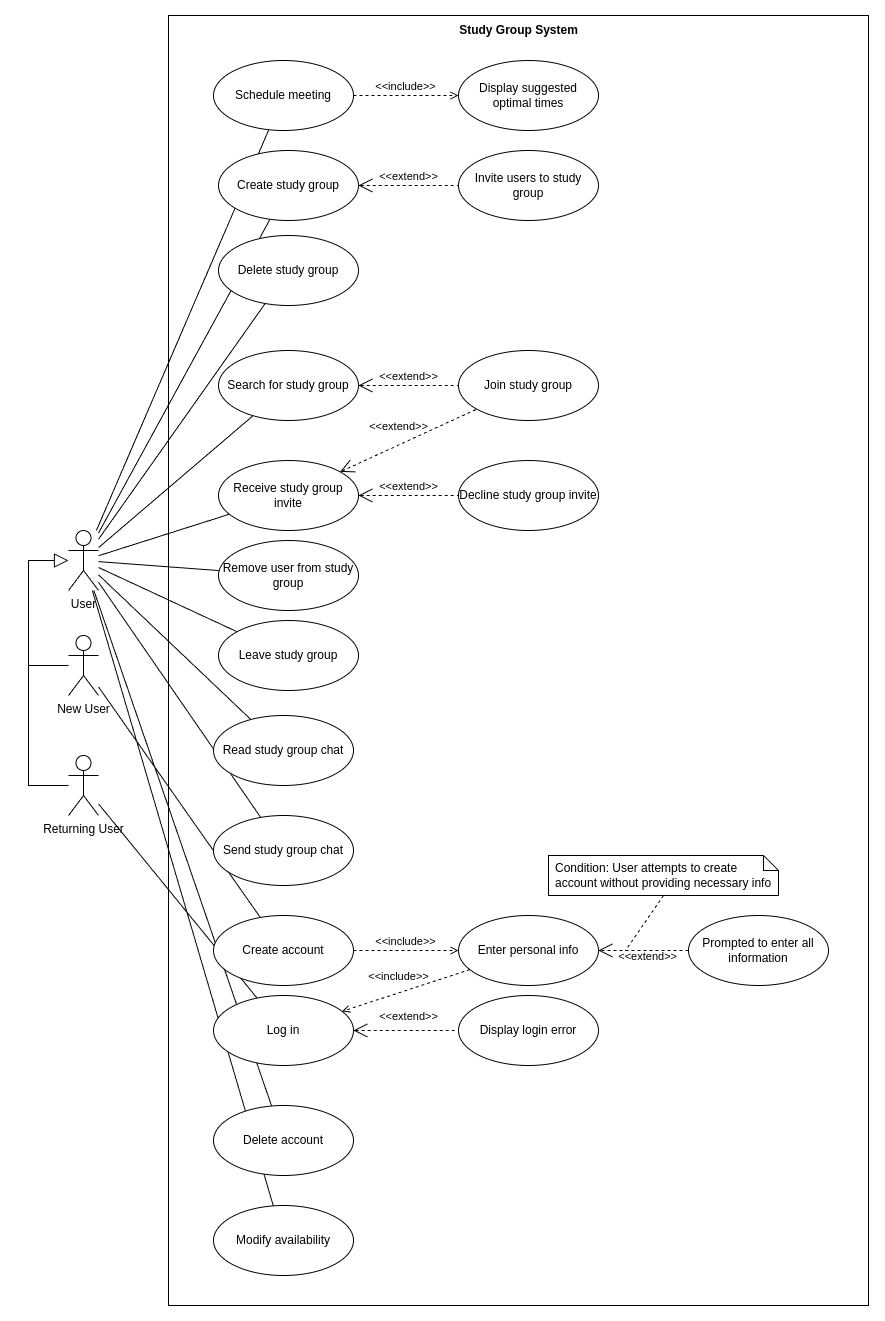
The draw.io diagram Deliverables/res/deliverable_2-use_case_diagram.png in jadynlaila/Study_Group_Platform, before a commit. Source tidied: cells renumbered, new cells last; positions are measured from the earlier drawing's top-left corner, leaving out a move shared by most shapes. Source of this version:
```xml
<mxGraphModel>
  <root>
    <mxCell id="0" />
    <mxCell id="1" parent="0" />
    <mxCell id="2" style="group;" parent="1" vertex="1">
      <mxGeometry x="140" width="700" height="1290" as="geometry" />
    </mxCell>
    <mxCell id="3" style="rounded=0;whiteSpace=wrap;html=1;" parent="2" vertex="1">
      <mxGeometry width="700" height="1290" as="geometry" />
    </mxCell>
    <mxCell id="4" value="Study Group System" style="text;html=1;align=center;verticalAlign=middle;strokeColor=none;fillColor=none;fontStyle=1;" parent="2" vertex="1">
      <mxGeometry x="285" width="130" height="30" as="geometry" />
    </mxCell>
    <mxCell id="5" value="User" style="shape=umlActor;html=1;verticalLabelPosition=bottom;verticalAlign=top;align=center;" parent="1" vertex="1">
      <mxGeometry x="40" y="515" width="30" height="60" as="geometry" />
    </mxCell>
    <mxCell id="6" value="New User" style="shape=umlActor;html=1;verticalLabelPosition=bottom;verticalAlign=top;align=center;" parent="1" vertex="1">
      <mxGeometry x="40" y="620" width="30" height="60" as="geometry" />
    </mxCell>
    <mxCell id="7" value="Returning User" style="shape=umlActor;html=1;verticalLabelPosition=bottom;verticalAlign=top;align=center;" parent="1" vertex="1">
      <mxGeometry x="40" y="740" width="30" height="60" as="geometry" />
    </mxCell>
    <mxCell id="8" style="edgeStyle=none;html=1;endArrow=block;endFill=0;endSize=12;verticalAlign=bottom;rounded=0;" parent="1" edge="1" source="6" target="5">
      <mxGeometry relative="1" as="geometry">
        <Array as="points">
          <mxPoint y="650" />
          <mxPoint y="545" />
        </Array>
      </mxGeometry>
    </mxCell>
    <mxCell id="9" style="edgeStyle=none;html=1;endArrow=none;verticalAlign=bottom;rounded=0;" parent="1" edge="1" source="7" target="24">
      <mxGeometry relative="1" as="geometry" />
    </mxCell>
    <mxCell id="10" style="edgeStyle=none;html=1;endArrow=none;verticalAlign=bottom;rounded=0;" parent="1" edge="1" source="6" target="25">
      <mxGeometry relative="1" as="geometry" />
    </mxCell>
    <mxCell id="11" value="Send study group chat" style="ellipse;whiteSpace=wrap;html=1;" parent="1" vertex="1">
      <mxGeometry x="185" y="800" width="140" height="70" as="geometry" />
    </mxCell>
    <mxCell id="12" style="edgeStyle=none;html=1;endArrow=none;verticalAlign=bottom;rounded=0;" parent="1" edge="1" source="5" target="57">
      <mxGeometry relative="1" as="geometry" />
    </mxCell>
    <mxCell id="13" style="edgeStyle=none;html=1;endArrow=none;verticalAlign=bottom;rounded=0;" parent="1" edge="1" source="5" target="11">
      <mxGeometry relative="1" as="geometry" />
    </mxCell>
    <mxCell id="14" style="edgeStyle=none;html=1;endArrow=none;verticalAlign=bottom;rounded=0;" parent="1" edge="1" source="5" target="56">
      <mxGeometry relative="1" as="geometry" />
    </mxCell>
    <mxCell id="15" value="Remove user from study group" style="ellipse;whiteSpace=wrap;html=1;" parent="1" vertex="1">
      <mxGeometry x="190" y="525" width="140" height="70" as="geometry" />
    </mxCell>
    <mxCell id="16" style="edgeStyle=none;html=1;endArrow=none;verticalAlign=bottom;rounded=0;" parent="1" edge="1" source="5" target="15">
      <mxGeometry relative="1" as="geometry" />
    </mxCell>
    <mxCell id="17" style="edgeStyle=none;html=1;endArrow=none;verticalAlign=bottom;rounded=0;" parent="1" edge="1" source="5" target="36">
      <mxGeometry relative="1" as="geometry" />
    </mxCell>
    <mxCell id="18" value="Modify availability" style="ellipse;whiteSpace=wrap;html=1;" parent="1" vertex="1">
      <mxGeometry x="185" y="1190" width="140" height="70" as="geometry" />
    </mxCell>
    <mxCell id="19" style="edgeStyle=none;html=1;endArrow=none;verticalAlign=bottom;rounded=0;" parent="1" edge="1" source="5" target="18">
      <mxGeometry relative="1" as="geometry" />
    </mxCell>
    <mxCell id="20" style="edgeStyle=none;html=1;endArrow=none;verticalAlign=bottom;rounded=0;" parent="1" edge="1" source="5" target="42">
      <mxGeometry relative="1" as="geometry" />
    </mxCell>
    <mxCell id="21" value="Delete account" style="ellipse;whiteSpace=wrap;html=1;" parent="1" vertex="1">
      <mxGeometry x="185" y="1090" width="140" height="70" as="geometry" />
    </mxCell>
    <mxCell id="22" style="edgeStyle=none;html=1;endArrow=none;verticalAlign=bottom;rounded=0;" parent="1" edge="1" source="5" target="21">
      <mxGeometry relative="1" as="geometry" />
    </mxCell>
    <mxCell id="23" style="group;" parent="1" vertex="1">
      <mxGeometry x="185" y="840" width="545" height="210" as="geometry" />
    </mxCell>
    <mxCell id="24" value="Log in" style="ellipse;whiteSpace=wrap;html=1;" parent="23" vertex="1">
      <mxGeometry y="140" width="140" height="70" as="geometry" />
    </mxCell>
    <mxCell id="25" value="Create account" style="ellipse;whiteSpace=wrap;html=1;" parent="23" vertex="1">
      <mxGeometry y="60" width="140" height="70" as="geometry" />
    </mxCell>
    <mxCell id="26" value="Enter personal info" style="ellipse;whiteSpace=wrap;html=1;" parent="23" vertex="1">
      <mxGeometry x="245" y="60" width="140" height="70" as="geometry" />
    </mxCell>
    <mxCell id="27" value="&amp;lt;&amp;lt;include&amp;gt;&amp;gt;" style="edgeStyle=none;html=1;endArrow=open;verticalAlign=bottom;dashed=1;labelBackgroundColor=none;rounded=0;" parent="23" edge="1" source="25" target="26">
      <mxGeometry relative="1" as="geometry" />
    </mxCell>
    <mxCell id="28" value="Prompted to enter all information" style="ellipse;whiteSpace=wrap;html=1;" parent="23" vertex="1">
      <mxGeometry x="475" y="60" width="140" height="70" as="geometry" />
    </mxCell>
    <mxCell id="29" value="&amp;lt;&amp;lt;include&amp;gt;&amp;gt;" style="edgeStyle=none;html=1;endArrow=open;verticalAlign=bottom;dashed=1;labelBackgroundColor=none;rounded=0;" parent="23" edge="1" source="26" target="24">
      <mxGeometry x="0.09" y="-7" relative="1" as="geometry" />
    </mxCell>
    <mxCell id="30" value="Display login error" style="ellipse;whiteSpace=wrap;html=1;" parent="23" vertex="1">
      <mxGeometry x="245" y="140" width="140" height="70" as="geometry" />
    </mxCell>
    <mxCell id="31" value="&amp;lt;&amp;lt;extend&amp;gt;&amp;gt;" style="edgeStyle=none;html=1;startArrow=open;endArrow=none;startSize=12;verticalAlign=bottom;dashed=1;labelBackgroundColor=none;rounded=0;" parent="23" edge="1" source="24" target="30">
      <mxGeometry x="0.05" y="5" relative="1" as="geometry" />
    </mxCell>
    <mxCell id="32" value="Condition: User attempts to create account without providing necessary info" style="shape=note;size=15;spacingLeft=5;align=left;whiteSpace=wrap;" parent="23" vertex="1">
      <mxGeometry x="335" width="230" height="40" as="geometry" />
    </mxCell>
    <mxCell id="33" value="&amp;lt;&amp;lt;extend&amp;gt;&amp;gt;" style="align=right;html=1;verticalAlign=bottom;rounded=0;labelBackgroundColor=none;endArrow=open;endSize=12;dashed=1;" parent="23" edge="1" source="28" target="26">
      <mxGeometry x="-0.78" y="15" relative="1" as="geometry" />
    </mxCell>
    <mxCell id="34" style="edgeStyle=none;html=1;endArrow=none;rounded=0;labelBackgroundColor=none;dashed=1;exitX=0.5;exitY=1;" parent="23" edge="1" source="32">
      <mxGeometry relative="1" as="geometry">
        <mxPoint x="412" y="95" as="targetPoint" />
      </mxGeometry>
    </mxCell>
    <mxCell id="35" style="group;" parent="1" vertex="1">
      <mxGeometry x="185" y="45" width="360" height="70" as="geometry" />
    </mxCell>
    <mxCell id="36" value="Schedule meeting" style="ellipse;whiteSpace=wrap;html=1;" parent="35" vertex="1">
      <mxGeometry width="140" height="70" as="geometry" />
    </mxCell>
    <mxCell id="37" value="Display suggested optimal times" style="ellipse;whiteSpace=wrap;html=1;" parent="35" vertex="1">
      <mxGeometry x="245" width="140" height="70" as="geometry" />
    </mxCell>
    <mxCell id="38" value="&amp;lt;&amp;lt;include&amp;gt;&amp;gt;" style="edgeStyle=none;html=1;endArrow=open;verticalAlign=bottom;dashed=1;labelBackgroundColor=none;rounded=0;" parent="35" edge="1" source="36" target="37">
      <mxGeometry relative="1" as="geometry" />
    </mxCell>
    <mxCell id="39" style="edgeStyle=none;html=1;endArrow=none;verticalAlign=bottom;rounded=0;" parent="1" edge="1" source="5" target="46">
      <mxGeometry relative="1" as="geometry" />
    </mxCell>
    <mxCell id="40" style="edgeStyle=none;html=1;endArrow=none;verticalAlign=bottom;rounded=0;" parent="1" edge="1" source="5" target="49">
      <mxGeometry relative="1" as="geometry" />
    </mxCell>
    <mxCell id="41" style="group;" parent="1" vertex="1">
      <mxGeometry x="190" y="135" width="350" height="70" as="geometry" />
    </mxCell>
    <mxCell id="42" value="Create study group" style="ellipse;whiteSpace=wrap;html=1;" parent="41" vertex="1">
      <mxGeometry width="140" height="70" as="geometry" />
    </mxCell>
    <mxCell id="43" value="Invite users to study group" style="ellipse;whiteSpace=wrap;html=1;" parent="41" vertex="1">
      <mxGeometry x="240" width="140" height="70" as="geometry" />
    </mxCell>
    <mxCell id="44" value="&amp;lt;&amp;lt;extend&amp;gt;&amp;gt;" style="edgeStyle=none;html=1;startArrow=open;endArrow=none;startSize=12;verticalAlign=bottom;dashed=1;labelBackgroundColor=none;rounded=0;" parent="41" edge="1" source="42" target="43">
      <mxGeometry relative="1" as="geometry" />
    </mxCell>
    <mxCell id="45" style="group;" parent="1" vertex="1">
      <mxGeometry x="190" y="335" width="350" height="180" as="geometry" />
    </mxCell>
    <mxCell id="46" value="Search for study group" style="ellipse;whiteSpace=wrap;html=1;" parent="45" vertex="1">
      <mxGeometry width="140" height="70" as="geometry" />
    </mxCell>
    <mxCell id="47" value="Join study group" style="ellipse;whiteSpace=wrap;html=1;" parent="45" vertex="1">
      <mxGeometry x="240" width="140" height="70" as="geometry" />
    </mxCell>
    <mxCell id="48" value="&amp;lt;&amp;lt;extend&amp;gt;&amp;gt;" style="edgeStyle=none;html=1;startArrow=open;endArrow=none;startSize=12;verticalAlign=bottom;dashed=1;labelBackgroundColor=none;rounded=0;" parent="45" edge="1" source="46" target="47">
      <mxGeometry relative="1" as="geometry" />
    </mxCell>
    <mxCell id="49" value="Receive study group invite" style="ellipse;whiteSpace=wrap;html=1;" parent="45" vertex="1">
      <mxGeometry y="110" width="140" height="70" as="geometry" />
    </mxCell>
    <mxCell id="50" value="Decline study group invite" style="ellipse;whiteSpace=wrap;html=1;" parent="45" vertex="1">
      <mxGeometry x="240" y="110" width="140" height="70" as="geometry" />
    </mxCell>
    <mxCell id="51" value="&amp;lt;&amp;lt;extend&amp;gt;&amp;gt;" style="edgeStyle=none;html=1;startArrow=open;endArrow=none;startSize=12;verticalAlign=bottom;dashed=1;labelBackgroundColor=none;rounded=0;" parent="45" edge="1" source="49" target="47">
      <mxGeometry x="-0.09" y="9" relative="1" as="geometry" />
    </mxCell>
    <mxCell id="52" value="&amp;lt;&amp;lt;extend&amp;gt;&amp;gt;" style="edgeStyle=none;html=1;startArrow=open;endArrow=none;startSize=12;verticalAlign=bottom;dashed=1;labelBackgroundColor=none;rounded=0;" parent="45" edge="1" source="49" target="50">
      <mxGeometry relative="1" as="geometry" />
    </mxCell>
    <mxCell id="53" value="Leave study group" style="ellipse;whiteSpace=wrap;html=1;" parent="1" vertex="1">
      <mxGeometry x="190" y="605" width="140" height="70" as="geometry" />
    </mxCell>
    <mxCell id="54" style="edgeStyle=none;html=1;endArrow=none;verticalAlign=bottom;rounded=0;" parent="1" edge="1" source="5" target="53">
      <mxGeometry relative="1" as="geometry" />
    </mxCell>
    <mxCell id="55" style="edgeStyle=none;html=1;endArrow=block;endFill=0;endSize=12;verticalAlign=bottom;rounded=0;" parent="1" edge="1" source="7" target="5">
      <mxGeometry relative="1" as="geometry">
        <Array as="points">
          <mxPoint y="770" />
          <mxPoint y="545" />
        </Array>
      </mxGeometry>
    </mxCell>
    <mxCell id="56" value="Delete study group" style="ellipse;whiteSpace=wrap;html=1;" parent="1" vertex="1">
      <mxGeometry x="190" y="220" width="140" height="70" as="geometry" />
    </mxCell>
    <mxCell id="57" value="Read study group chat" style="ellipse;whiteSpace=wrap;html=1;" parent="1" vertex="1">
      <mxGeometry x="185" y="700" width="140" height="70" as="geometry" />
    </mxCell>
  </root>
</mxGraphModel>
```
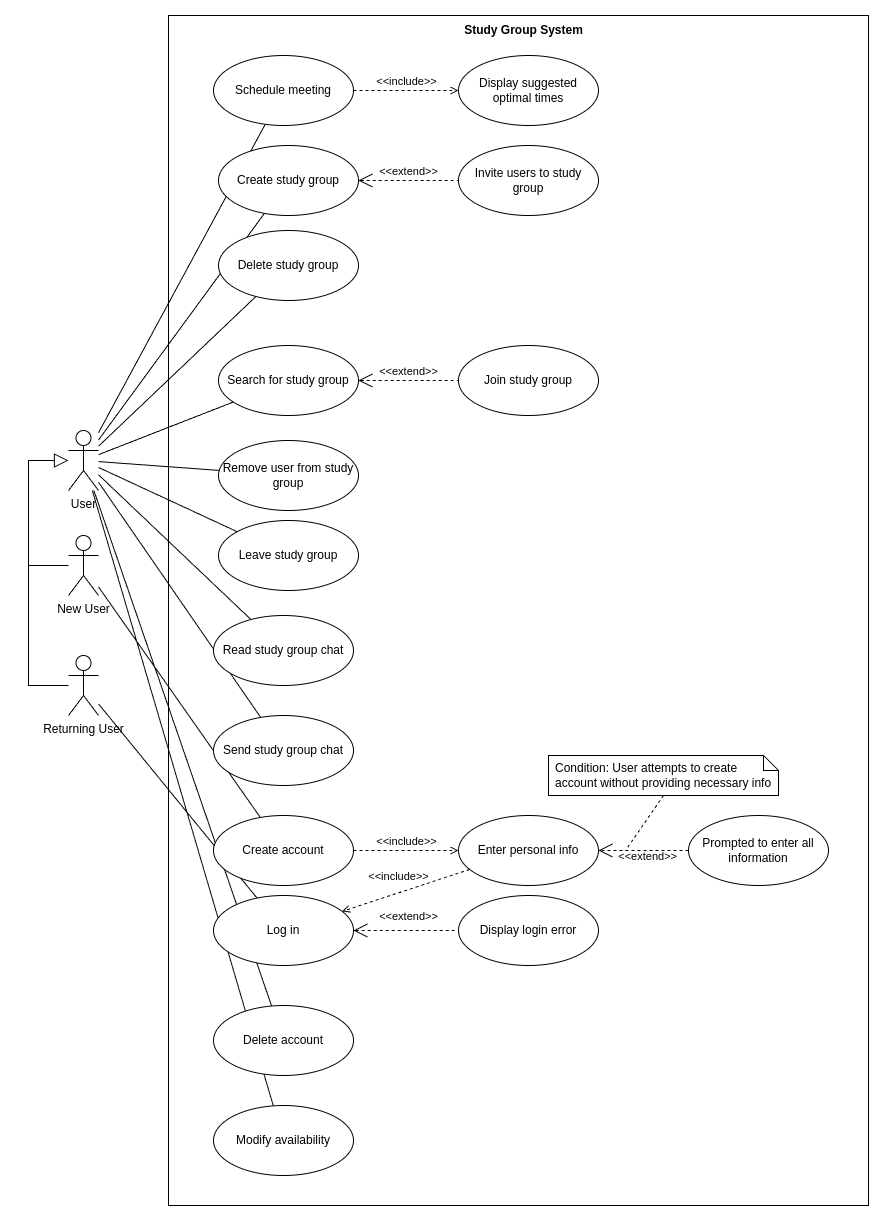
After the commit.

Commit message:
Added my contributions to deliverable 2

Change to the diagram source:
```diff
@@ -2,15 +2,9 @@
   <root>
     <mxCell id="0" />
     <mxCell id="1" parent="0" />
-    <mxCell id="2" style="group;" parent="1" vertex="1">
-      <mxGeometry x="140" width="700" height="1290" as="geometry" />
-    </mxCell>
-    <mxCell id="3" style="rounded=0;whiteSpace=wrap;html=1;" parent="2" vertex="1">
-      <mxGeometry width="700" height="1290" as="geometry" />
+    <mxCell id="3" style="rounded=0;whiteSpace=wrap;html=1;" parent="1" vertex="1">
+      <mxGeometry x="140" y="100" width="700" height="1190" as="geometry" />
     </mxCell>
-    <mxCell id="4" value="Study Group System" style="text;html=1;align=center;verticalAlign=middle;strokeColor=none;fillColor=none;fontStyle=1;" parent="2" vertex="1">
-      <mxGeometry x="285" width="130" height="30" as="geometry" />
-    </mxCell>
     <mxCell id="5" value="User" style="shape=umlActor;html=1;verticalLabelPosition=bottom;verticalAlign=top;align=center;" parent="1" vertex="1">
       <mxGeometry x="40" y="515" width="30" height="60" as="geometry" />
     </mxCell>
@@ -108,8 +102,31 @@
         <mxPoint x="412" y="95" as="targetPoint" />
       </mxGeometry>
     </mxCell>
+    <mxCell id="39" style="edgeStyle=none;html=1;endArrow=none;verticalAlign=bottom;rounded=0;" parent="1" edge="1" source="5" target="46">
+      <mxGeometry relative="1" as="geometry" />
+    </mxCell>
+    <mxCell id="53" value="Leave study group" style="ellipse;whiteSpace=wrap;html=1;" parent="1" vertex="1">
+      <mxGeometry x="190" y="605" width="140" height="70" as="geometry" />
+    </mxCell>
+    <mxCell id="54" style="edgeStyle=none;html=1;endArrow=none;verticalAlign=bottom;rounded=0;" parent="1" edge="1" source="5" target="53">
+      <mxGeometry relative="1" as="geometry" />
+    </mxCell>
+    <mxCell id="55" style="edgeStyle=none;html=1;endArrow=block;endFill=0;endSize=12;verticalAlign=bottom;rounded=0;" parent="1" edge="1" source="7" target="5">
+      <mxGeometry relative="1" as="geometry">
+        <Array as="points">
+          <mxPoint y="770" />
+          <mxPoint y="545" />
+        </Array>
+      </mxGeometry>
+    </mxCell>
+    <mxCell id="57" value="Read study group chat" style="ellipse;whiteSpace=wrap;html=1;" parent="1" vertex="1">
+      <mxGeometry x="185" y="700" width="140" height="70" as="geometry" />
+    </mxCell>
+    <mxCell id="4" value="Study Group System" style="text;html=1;align=center;verticalAlign=middle;strokeColor=none;fillColor=none;fontStyle=1;" parent="1" vertex="1">
+      <mxGeometry x="430" y="100" width="130" height="30" as="geometry" />
+    </mxCell>
     <mxCell id="35" style="group;" parent="1" vertex="1">
-      <mxGeometry x="185" y="45" width="360" height="70" as="geometry" />
+      <mxGeometry x="185" y="140" width="360" height="70" as="geometry" />
     </mxCell>
     <mxCell id="36" value="Schedule meeting" style="ellipse;whiteSpace=wrap;html=1;" parent="35" vertex="1">
       <mxGeometry width="140" height="70" as="geometry" />
@@ -120,14 +137,8 @@
     <mxCell id="38" value="&amp;lt;&amp;lt;include&amp;gt;&amp;gt;" style="edgeStyle=none;html=1;endArrow=open;verticalAlign=bottom;dashed=1;labelBackgroundColor=none;rounded=0;" parent="35" edge="1" source="36" target="37">
       <mxGeometry relative="1" as="geometry" />
     </mxCell>
-    <mxCell id="39" style="edgeStyle=none;html=1;endArrow=none;verticalAlign=bottom;rounded=0;" parent="1" edge="1" source="5" target="46">
-      <mxGeometry relative="1" as="geometry" />
-    </mxCell>
-    <mxCell id="40" style="edgeStyle=none;html=1;endArrow=none;verticalAlign=bottom;rounded=0;" parent="1" edge="1" source="5" target="49">
-      <mxGeometry relative="1" as="geometry" />
-    </mxCell>
     <mxCell id="41" style="group;" parent="1" vertex="1">
-      <mxGeometry x="190" y="135" width="350" height="70" as="geometry" />
+      <mxGeometry x="190" y="230" width="350" height="70" as="geometry" />
     </mxCell>
     <mxCell id="42" value="Create study group" style="ellipse;whiteSpace=wrap;html=1;" parent="41" vertex="1">
       <mxGeometry width="140" height="70" as="geometry" />
@@ -138,49 +149,17 @@
     <mxCell id="44" value="&amp;lt;&amp;lt;extend&amp;gt;&amp;gt;" style="edgeStyle=none;html=1;startArrow=open;endArrow=none;startSize=12;verticalAlign=bottom;dashed=1;labelBackgroundColor=none;rounded=0;" parent="41" edge="1" source="42" target="43">
       <mxGeometry relative="1" as="geometry" />
     </mxCell>
-    <mxCell id="45" style="group;" parent="1" vertex="1">
-      <mxGeometry x="190" y="335" width="350" height="180" as="geometry" />
-    </mxCell>
-    <mxCell id="46" value="Search for study group" style="ellipse;whiteSpace=wrap;html=1;" parent="45" vertex="1">
-      <mxGeometry width="140" height="70" as="geometry" />
+    <mxCell id="46" value="Search for study group" style="ellipse;whiteSpace=wrap;html=1;" parent="1" vertex="1">
+      <mxGeometry x="190" y="430" width="140" height="70" as="geometry" />
     </mxCell>
-    <mxCell id="47" value="Join study group" style="ellipse;whiteSpace=wrap;html=1;" parent="45" vertex="1">
-      <mxGeometry x="240" width="140" height="70" as="geometry" />
+    <mxCell id="47" value="Join study group" style="ellipse;whiteSpace=wrap;html=1;" parent="1" vertex="1">
+      <mxGeometry x="430" y="430" width="140" height="70" as="geometry" />
     </mxCell>
-    <mxCell id="48" value="&amp;lt;&amp;lt;extend&amp;gt;&amp;gt;" style="edgeStyle=none;html=1;startArrow=open;endArrow=none;startSize=12;verticalAlign=bottom;dashed=1;labelBackgroundColor=none;rounded=0;" parent="45" edge="1" source="46" target="47">
+    <mxCell id="48" value="&amp;lt;&amp;lt;extend&amp;gt;&amp;gt;" style="edgeStyle=none;html=1;startArrow=open;endArrow=none;startSize=12;verticalAlign=bottom;dashed=1;labelBackgroundColor=none;rounded=0;" parent="1" edge="1" source="46" target="47">
       <mxGeometry relative="1" as="geometry" />
     </mxCell>
-    <mxCell id="49" value="Receive study group invite" style="ellipse;whiteSpace=wrap;html=1;" parent="45" vertex="1">
-      <mxGeometry y="110" width="140" height="70" as="geometry" />
-    </mxCell>
-    <mxCell id="50" value="Decline study group invite" style="ellipse;whiteSpace=wrap;html=1;" parent="45" vertex="1">
-      <mxGeometry x="240" y="110" width="140" height="70" as="geometry" />
-    </mxCell>
-    <mxCell id="51" value="&amp;lt;&amp;lt;extend&amp;gt;&amp;gt;" style="edgeStyle=none;html=1;startArrow=open;endArrow=none;startSize=12;verticalAlign=bottom;dashed=1;labelBackgroundColor=none;rounded=0;" parent="45" edge="1" source="49" target="47">
-      <mxGeometry x="-0.09" y="9" relative="1" as="geometry" />
-    </mxCell>
-    <mxCell id="52" value="&amp;lt;&amp;lt;extend&amp;gt;&amp;gt;" style="edgeStyle=none;html=1;startArrow=open;endArrow=none;startSize=12;verticalAlign=bottom;dashed=1;labelBackgroundColor=none;rounded=0;" parent="45" edge="1" source="49" target="50">
-      <mxGeometry relative="1" as="geometry" />
-    </mxCell>
-    <mxCell id="53" value="Leave study group" style="ellipse;whiteSpace=wrap;html=1;" parent="1" vertex="1">
-      <mxGeometry x="190" y="605" width="140" height="70" as="geometry" />
-    </mxCell>
-    <mxCell id="54" style="edgeStyle=none;html=1;endArrow=none;verticalAlign=bottom;rounded=0;" parent="1" edge="1" source="5" target="53">
-      <mxGeometry relative="1" as="geometry" />
-    </mxCell>
-    <mxCell id="55" style="edgeStyle=none;html=1;endArrow=block;endFill=0;endSize=12;verticalAlign=bottom;rounded=0;" parent="1" edge="1" source="7" target="5">
-      <mxGeometry relative="1" as="geometry">
-        <Array as="points">
-          <mxPoint y="770" />
-          <mxPoint y="545" />
-        </Array>
-      </mxGeometry>
-    </mxCell>
     <mxCell id="56" value="Delete study group" style="ellipse;whiteSpace=wrap;html=1;" parent="1" vertex="1">
-      <mxGeometry x="190" y="220" width="140" height="70" as="geometry" />
+      <mxGeometry x="190" y="315" width="140" height="70" as="geometry" />
     </mxCell>
-    <mxCell id="57" value="Read study group chat" style="ellipse;whiteSpace=wrap;html=1;" parent="1" vertex="1">
-      <mxGeometry x="185" y="700" width="140" height="70" as="geometry" />
-    </mxCell>
   </root>
 </mxGraphModel>
```
